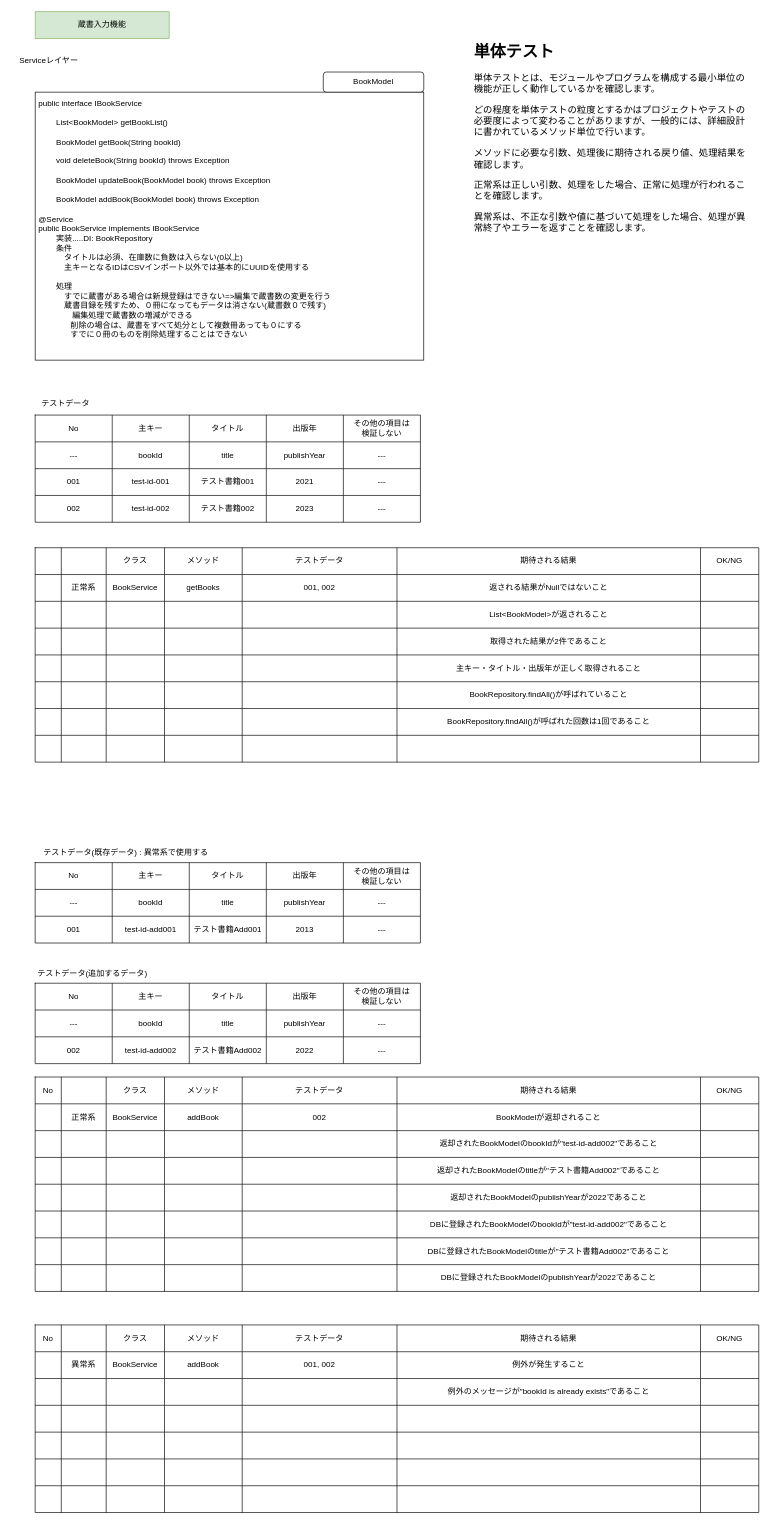
This is page "単体テスト" (5 of 5) of documents/練習用設計.drawio from mkuwan/spring-basic, a draw.io file, before an edit. Source tidied: cells renumbered, new cells numbered last; positions are measured from the earlier drawing's top-left corner, leaving out a move shared by most shapes. Both pictures are drawn from the tidied source at 67%, with x=0, y=0 at pixel (11, 11).
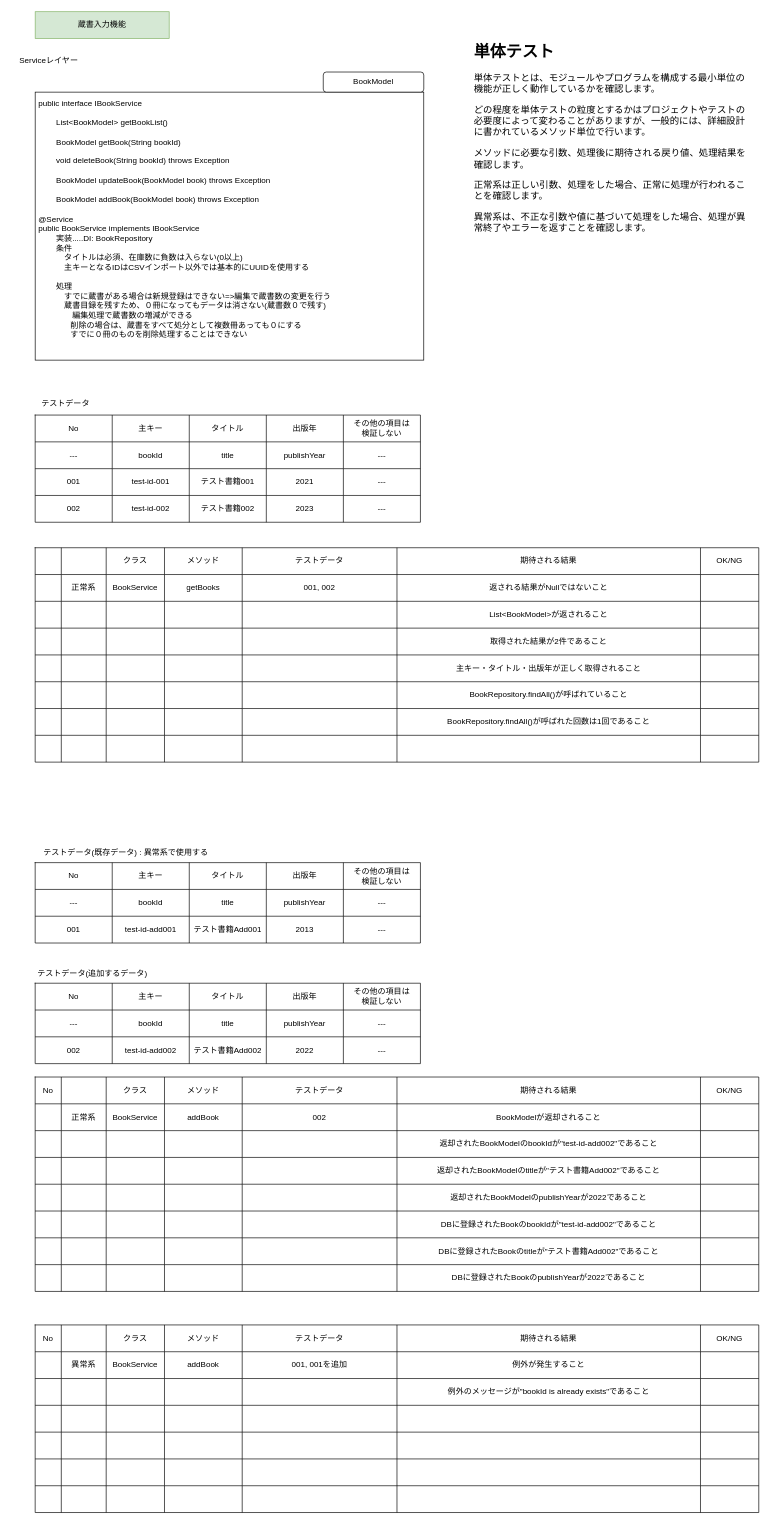
The same page after the edit.

Unchanged cells that the change refers to:
```xml
<mxCell id="139" style="shape=tableRow;horizontal=0;startSize=0;swimlaneHead=0;swimlaneBody=0;strokeColor=inherit;top=0;left=0;bottom=0;right=0;fillColor=none;" parent="98" vertex="1">
  <mxGeometry y="200" width="1080" height="40" as="geometry" />
</mxCell>
<mxCell id="147" style="shape=tableRow;horizontal=0;startSize=0;swimlaneHead=0;swimlaneBody=0;strokeColor=inherit;top=0;left=0;bottom=0;right=0;fillColor=none;" parent="98" vertex="1">
  <mxGeometry y="240" width="1080" height="40" as="geometry" />
</mxCell>
<mxCell id="155" style="shape=tableRow;horizontal=0;startSize=0;swimlaneHead=0;swimlaneBody=0;strokeColor=inherit;top=0;left=0;bottom=0;right=0;fillColor=none;" parent="98" vertex="1">
  <mxGeometry y="280" width="1080" height="40" as="geometry" />
</mxCell>
<mxCell id="212" style="shape=tableRow;horizontal=0;startSize=0;swimlaneHead=0;swimlaneBody=0;strokeColor=inherit;top=0;left=0;bottom=0;right=0;fillColor=none;" parent="203" vertex="1">
  <mxGeometry y="40" width="1080" height="40" as="geometry" />
</mxCell>
```

Diff of the diagram source:
```diff
@@
-    <mxCell id="145" value="DBに登録されたBookModelのbookIdが&quot;test-id-add002&quot;であること" style="shape=partialRectangle;html=1;whiteSpace=wrap;strokeColor=inherit;overflow=hidden;fillColor=none;top=0;left=0;bottom=0;right=0;" parent="139" vertex="1">
+    <mxCell id="145" value="DBに登録されたBookのbookIdが&quot;test-id-add002&quot;であること" style="shape=partialRectangle;html=1;whiteSpace=wrap;strokeColor=inherit;overflow=hidden;fillColor=none;top=0;left=0;bottom=0;right=0;" parent="139" vertex="1">
       <mxGeometry x="540" width="453" height="40" as="geometry" />
     </mxCell>
@@
-    <mxCell id="153" value="DBに登録されたBookModelのtitleが&quot;テスト書籍Add002&quot;であること" style="shape=partialRectangle;html=1;whiteSpace=wrap;strokeColor=inherit;overflow=hidden;fillColor=none;top=0;left=0;bottom=0;right=0;" parent="147" vertex="1">
+    <mxCell id="153" value="DBに登録されたBookのtitleが&quot;テスト書籍Add002&quot;であること" style="shape=partialRectangle;html=1;whiteSpace=wrap;strokeColor=inherit;overflow=hidden;fillColor=none;top=0;left=0;bottom=0;right=0;" parent="147" vertex="1">
       <mxGeometry x="540" width="453" height="40" as="geometry" />
     </mxCell>
@@
-    <mxCell id="161" value="DBに登録されたBookModelのpublishYearが2022であること" style="shape=partialRectangle;html=1;whiteSpace=wrap;strokeColor=inherit;overflow=hidden;fillColor=none;top=0;left=0;bottom=0;right=0;" parent="155" vertex="1">
+    <mxCell id="161" value="DBに登録されたBookのpublishYearが2022であること" style="shape=partialRectangle;html=1;whiteSpace=wrap;strokeColor=inherit;overflow=hidden;fillColor=none;top=0;left=0;bottom=0;right=0;" parent="155" vertex="1">
       <mxGeometry x="540" width="453" height="40" as="geometry" />
     </mxCell>
@@
-    <mxCell id="217" value="001, 002" style="shape=partialRectangle;html=1;whiteSpace=wrap;strokeColor=inherit;overflow=hidden;fillColor=none;top=0;left=0;bottom=0;right=0;" parent="212" vertex="1">
+    <mxCell id="217" value="001, 001を追加" style="shape=partialRectangle;html=1;whiteSpace=wrap;strokeColor=inherit;overflow=hidden;fillColor=none;top=0;left=0;bottom=0;right=0;" parent="212" vertex="1">
       <mxGeometry x="309" width="231" height="40" as="geometry" />
     </mxCell>
```
